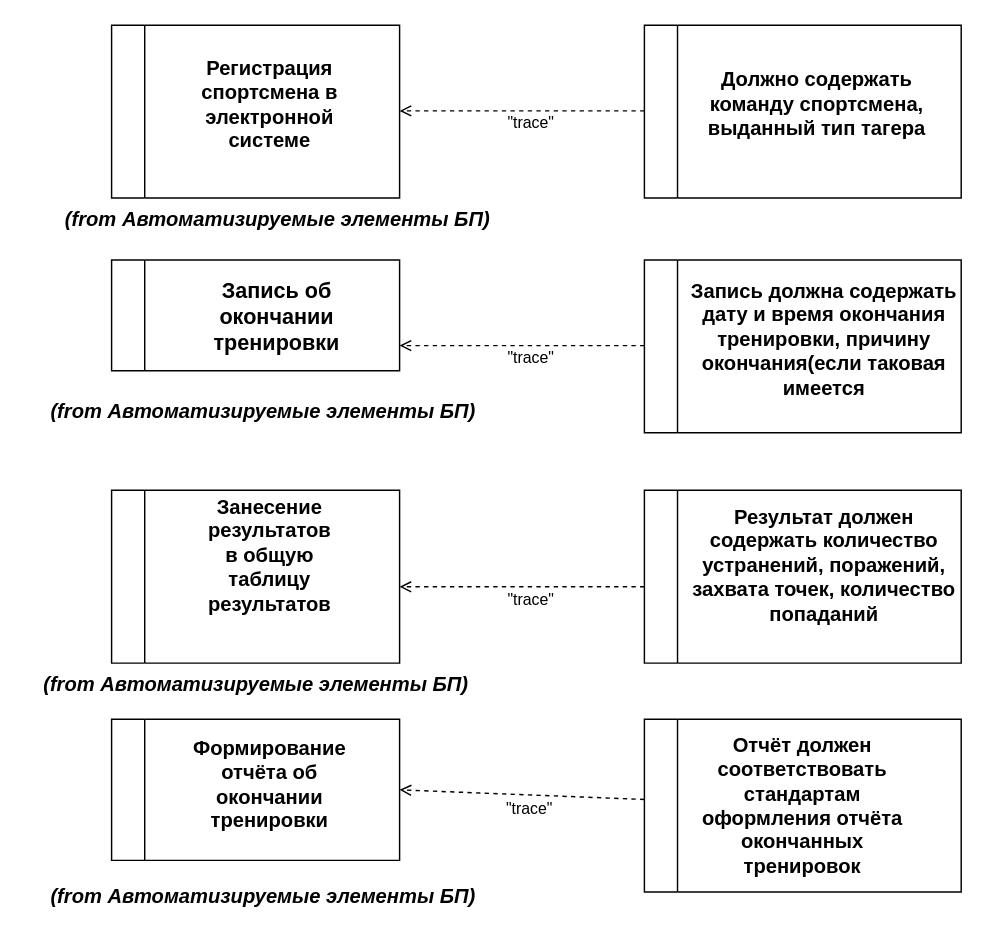
The draw.io diagram Решения/Часть 2. Схемы/Состав требований.drawio in VentoAureo12/Projecting-n-Design, before the edit. Source tidied: cells renumbered, new cells numbered last; positions are measured from the earlier drawing's top-left corner, leaving out a move shared by most shapes. Both pictures are drawn from the tidied source at 144%, with x=0, y=0 at pixel (24, 24).
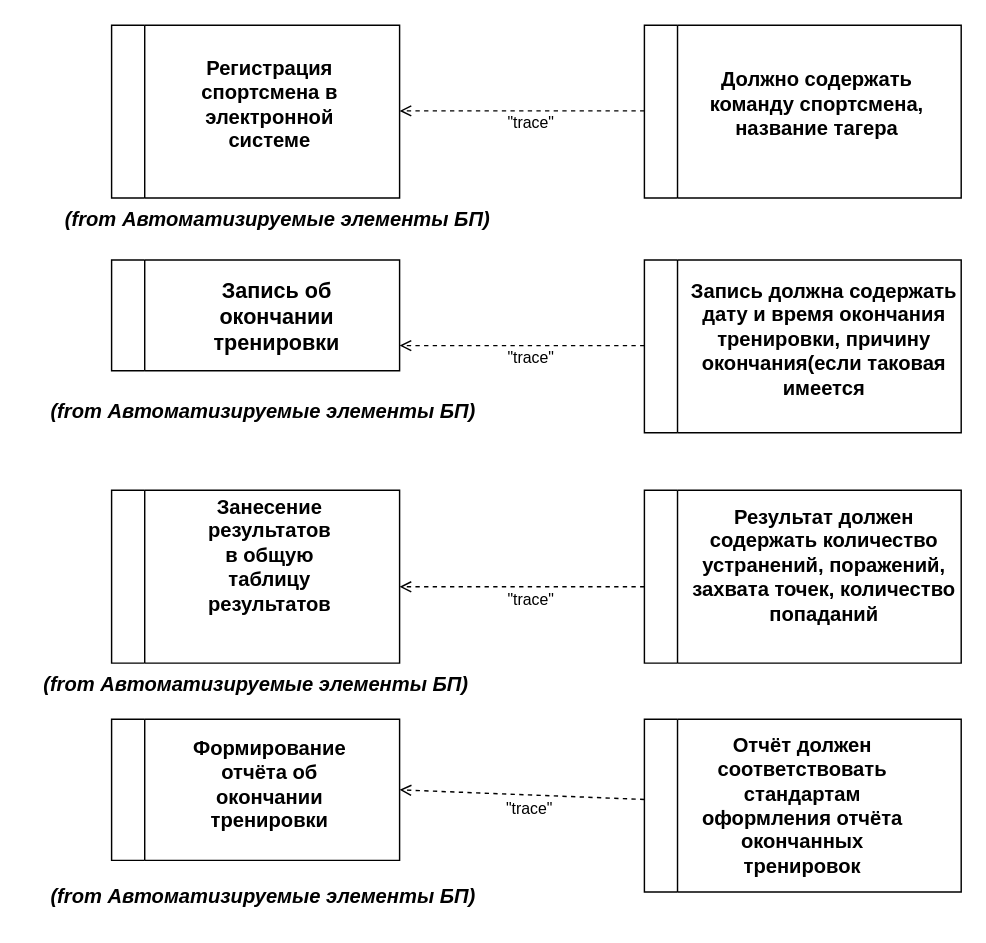
Above is the later version.

The change refers to these unchanged cells:
```xml
<mxCell id="10" style="swimlane;horizontal=0;whiteSpace=wrap;html=1;" parent="1" vertex="1">
  <mxGeometry x="430" width="220" height="120" as="geometry" />
</mxCell>
```

Change to the diagram source:
```diff
@@
-    <mxCell id="11" value="Должно содержать команду спортсмена, выданный тип тагера" style="text;html=1;strokeColor=none;fillColor=none;align=center;verticalAlign=middle;whiteSpace=wrap;rounded=0;fontStyle=1;fontSize=14;" parent="10" vertex="1">
+    <mxCell id="11" value="Должно содержать команду спортсмена, название тагера" style="text;html=1;strokeColor=none;fillColor=none;align=center;verticalAlign=middle;whiteSpace=wrap;rounded=0;fontStyle=1;fontSize=14;" parent="10" vertex="1">
       <mxGeometry x="40" y="40" width="160" height="30" as="geometry" />
     </mxCell>
```
